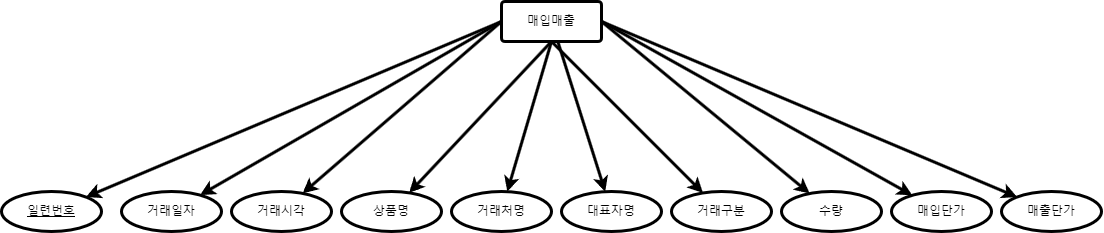
Above: 매입매출/매입매출.drawio.png in chunkyungwoo/Biz-2024-DBMS (draw.io), before the change. Source tidied: cells renumbered, new cells last; positions are measured from the earlier drawing's top-left corner, leaving out a move shared by most shapes. The source it was exported from:
```xml
<mxGraphModel>
  <root>
    <mxCell id="0" />
    <mxCell id="1" parent="0" />
    <mxCell id="2" style="rounded=0;jettySize=auto;html=1;exitX=0;exitY=0.5;exitDx=0;exitDy=0;strokeColor=default;strokeWidth=3;" parent="1" edge="1" source="12" target="13">
      <mxGeometry relative="1" as="geometry" />
    </mxCell>
    <mxCell id="3" style="rounded=0;jettySize=auto;html=1;exitX=0;exitY=0.5;exitDx=0;exitDy=0;strokeColor=default;strokeWidth=3;" parent="1" edge="1" source="12" target="14">
      <mxGeometry relative="1" as="geometry" />
    </mxCell>
    <mxCell id="4" style="rounded=0;jettySize=auto;html=1;exitX=0;exitY=0.5;exitDx=0;exitDy=0;strokeColor=default;strokeWidth=3;" parent="1" edge="1" source="12" target="15">
      <mxGeometry relative="1" as="geometry" />
    </mxCell>
    <mxCell id="5" style="rounded=0;jettySize=auto;html=1;exitX=0.5;exitY=1;exitDx=0;exitDy=0;strokeColor=default;strokeWidth=3;" parent="1" edge="1" source="12" target="16">
      <mxGeometry relative="1" as="geometry" />
    </mxCell>
    <mxCell id="6" style="rounded=0;jettySize=auto;html=1;exitX=0.5;exitY=1;exitDx=0;exitDy=0;strokeColor=default;strokeWidth=3;" parent="1" edge="1" source="12" target="17">
      <mxGeometry relative="1" as="geometry" />
    </mxCell>
    <mxCell id="7" style="rounded=0;jettySize=auto;html=1;strokeColor=default;strokeWidth=3;" parent="1" edge="1" source="12" target="18">
      <mxGeometry relative="1" as="geometry" />
    </mxCell>
    <mxCell id="8" style="rounded=0;jettySize=auto;html=1;exitX=1;exitY=0.5;exitDx=0;exitDy=0;strokeColor=default;strokeWidth=3;" parent="1" edge="1" source="12" target="22">
      <mxGeometry relative="1" as="geometry" />
    </mxCell>
    <mxCell id="9" style="rounded=0;jettySize=auto;html=1;exitX=1;exitY=0.5;exitDx=0;exitDy=0;strokeColor=default;strokeWidth=3;" parent="1" edge="1" source="12" target="21">
      <mxGeometry relative="1" as="geometry" />
    </mxCell>
    <mxCell id="10" style="rounded=0;jettySize=auto;html=1;exitX=1;exitY=0.5;exitDx=0;exitDy=0;strokeColor=default;strokeWidth=3;" parent="1" edge="1" source="12" target="20">
      <mxGeometry relative="1" as="geometry" />
    </mxCell>
    <mxCell id="11" style="rounded=0;jettySize=auto;html=1;exitX=0.5;exitY=1;exitDx=0;exitDy=0;strokeColor=default;strokeWidth=3;" parent="1" edge="1" source="12" target="19">
      <mxGeometry relative="1" as="geometry" />
    </mxCell>
    <mxCell id="12" value="매입매출" style="rounded=1;arcSize=9;whiteSpace=wrap;html=1;align=center;strokeColor=default;strokeWidth=3;" parent="1" vertex="1">
      <mxGeometry x="500" width="100" height="40" as="geometry" />
    </mxCell>
    <mxCell id="13" value="일련번호" style="ellipse;whiteSpace=wrap;html=1;align=center;fontStyle=4;strokeColor=default;strokeWidth=3;" parent="1" vertex="1">
      <mxGeometry y="190" width="100" height="40" as="geometry" />
    </mxCell>
    <mxCell id="14" value="거래일자" style="ellipse;whiteSpace=wrap;html=1;align=center;strokeColor=default;strokeWidth=3;" parent="1" vertex="1">
      <mxGeometry x="120" y="190" width="100" height="40" as="geometry" />
    </mxCell>
    <mxCell id="15" value="거래시각" style="ellipse;whiteSpace=wrap;html=1;align=center;strokeColor=default;strokeWidth=3;" parent="1" vertex="1">
      <mxGeometry x="230" y="190" width="100" height="40" as="geometry" />
    </mxCell>
    <mxCell id="16" value="상품명" style="ellipse;whiteSpace=wrap;html=1;align=center;strokeColor=default;strokeWidth=3;" parent="1" vertex="1">
      <mxGeometry x="340" y="190" width="100" height="40" as="geometry" />
    </mxCell>
    <mxCell id="17" value="거래처명" style="ellipse;whiteSpace=wrap;html=1;align=center;strokeColor=default;strokeWidth=3;" parent="1" vertex="1">
      <mxGeometry x="450" y="190" width="100" height="40" as="geometry" />
    </mxCell>
    <mxCell id="18" value="대표자명" style="ellipse;whiteSpace=wrap;html=1;align=center;strokeColor=default;strokeWidth=3;" parent="1" vertex="1">
      <mxGeometry x="560" y="190" width="100" height="40" as="geometry" />
    </mxCell>
    <mxCell id="19" value="거래구분" style="ellipse;whiteSpace=wrap;html=1;align=center;strokeColor=default;strokeWidth=3;" parent="1" vertex="1">
      <mxGeometry x="670" y="190" width="100" height="40" as="geometry" />
    </mxCell>
    <mxCell id="20" value="수량" style="ellipse;whiteSpace=wrap;html=1;align=center;strokeColor=default;strokeWidth=3;" parent="1" vertex="1">
      <mxGeometry x="780" y="190" width="100" height="40" as="geometry" />
    </mxCell>
    <mxCell id="21" value="매입단가" style="ellipse;whiteSpace=wrap;html=1;align=center;strokeColor=default;strokeWidth=3;" parent="1" vertex="1">
      <mxGeometry x="890" y="190" width="100" height="40" as="geometry" />
    </mxCell>
    <mxCell id="22" value="매출단가" style="ellipse;whiteSpace=wrap;html=1;align=center;strokeColor=default;strokeWidth=3;" parent="1" vertex="1">
      <mxGeometry x="1000" y="190" width="100" height="40" as="geometry" />
    </mxCell>
  </root>
</mxGraphModel>
```
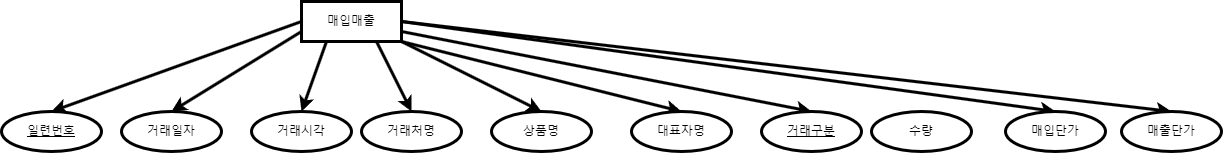
After the change.

Diff of the diagram source:
```diff
@@ -2,68 +2,65 @@
   <root>
     <mxCell id="0" />
     <mxCell id="1" parent="0" />
-    <mxCell id="2" style="rounded=0;jettySize=auto;html=1;exitX=0;exitY=0.5;exitDx=0;exitDy=0;strokeColor=default;strokeWidth=3;" parent="1" edge="1" source="12" target="13">
+    <mxCell id="2" style="rounded=0;jettySize=auto;html=1;exitX=0;exitY=0.5;exitDx=0;exitDy=0;entryX=0.5;entryY=0;entryDx=0;entryDy=0;strokeWidth=3;" parent="1" edge="1" source="12" target="13">
       <mxGeometry relative="1" as="geometry" />
     </mxCell>
-    <mxCell id="3" style="rounded=0;jettySize=auto;html=1;exitX=0;exitY=0.5;exitDx=0;exitDy=0;strokeColor=default;strokeWidth=3;" parent="1" edge="1" source="12" target="14">
+    <mxCell id="3" style="rounded=0;jettySize=auto;html=1;exitX=0;exitY=0.75;exitDx=0;exitDy=0;entryX=0.5;entryY=0;entryDx=0;entryDy=0;strokeWidth=3;" parent="1" edge="1" source="12" target="14">
       <mxGeometry relative="1" as="geometry" />
     </mxCell>
-    <mxCell id="4" style="rounded=0;jettySize=auto;html=1;exitX=0;exitY=0.5;exitDx=0;exitDy=0;strokeColor=default;strokeWidth=3;" parent="1" edge="1" source="12" target="15">
+    <mxCell id="4" style="rounded=0;jettySize=auto;html=1;exitX=0.25;exitY=1;exitDx=0;exitDy=0;entryX=0.5;entryY=0;entryDx=0;entryDy=0;strokeWidth=3;" parent="1" edge="1" source="12" target="15">
       <mxGeometry relative="1" as="geometry" />
     </mxCell>
+    <mxCell id="6" style="rounded=0;jettySize=auto;html=1;exitX=0.75;exitY=1;exitDx=0;exitDy=0;entryX=0.5;entryY=0;entryDx=0;entryDy=0;strokeWidth=3;" parent="1" edge="1" source="12" target="17">
+      <mxGeometry relative="1" as="geometry" />
+    </mxCell>
-    <mxCell id="5" style="rounded=0;jettySize=auto;html=1;exitX=0.5;exitY=1;exitDx=0;exitDy=0;strokeColor=default;strokeWidth=3;" parent="1" edge="1" source="12" target="16">
+    <mxCell id="5" style="rounded=0;jettySize=auto;html=1;exitX=1;exitY=1;exitDx=0;exitDy=0;entryX=0.5;entryY=0;entryDx=0;entryDy=0;strokeWidth=3;" parent="1" edge="1" source="12" target="16">
       <mxGeometry relative="1" as="geometry" />
     </mxCell>
-    <mxCell id="6" style="rounded=0;jettySize=auto;html=1;exitX=0.5;exitY=1;exitDx=0;exitDy=0;strokeColor=default;strokeWidth=3;" parent="1" edge="1" source="12" target="17">
-      <mxGeometry relative="1" as="geometry" />
-    </mxCell>
-    <mxCell id="7" style="rounded=0;jettySize=auto;html=1;strokeColor=default;strokeWidth=3;" parent="1" edge="1" source="12" target="18">
+    <mxCell id="7" style="rounded=0;jettySize=auto;html=1;exitX=1;exitY=1;exitDx=0;exitDy=0;entryX=0.5;entryY=0;entryDx=0;entryDy=0;strokeWidth=3;" parent="1" edge="1" source="12" target="18">
       <mxGeometry relative="1" as="geometry" />
     </mxCell>
+    <mxCell id="11" style="rounded=0;jettySize=auto;html=1;exitX=1;exitY=0.75;exitDx=0;exitDy=0;entryX=0.5;entryY=0;entryDx=0;entryDy=0;strokeWidth=3;" parent="1" edge="1" source="12" target="19">
+      <mxGeometry relative="1" as="geometry" />
+    </mxCell>
+    <mxCell id="9" style="rounded=0;jettySize=auto;html=1;exitX=1;exitY=0.5;exitDx=0;exitDy=0;entryX=0.5;entryY=0;entryDx=0;entryDy=0;strokeWidth=3;" parent="1" edge="1" source="12" target="21">
+      <mxGeometry relative="1" as="geometry" />
+    </mxCell>
-    <mxCell id="8" style="rounded=0;jettySize=auto;html=1;exitX=1;exitY=0.5;exitDx=0;exitDy=0;strokeColor=default;strokeWidth=3;" parent="1" edge="1" source="12" target="22">
+    <mxCell id="8" style="rounded=0;jettySize=auto;html=1;exitX=1;exitY=0.5;exitDx=0;exitDy=0;entryX=0.5;entryY=0;entryDx=0;entryDy=0;strokeWidth=3;" parent="1" edge="1" source="12" target="22">
       <mxGeometry relative="1" as="geometry" />
     </mxCell>
-    <mxCell id="9" style="rounded=0;jettySize=auto;html=1;exitX=1;exitY=0.5;exitDx=0;exitDy=0;strokeColor=default;strokeWidth=3;" parent="1" edge="1" source="12" target="21">
-      <mxGeometry relative="1" as="geometry" />
-    </mxCell>
-    <mxCell id="10" style="rounded=0;jettySize=auto;html=1;exitX=1;exitY=0.5;exitDx=0;exitDy=0;strokeColor=default;strokeWidth=3;" parent="1" edge="1" source="12" target="20">
-      <mxGeometry relative="1" as="geometry" />
-    </mxCell>
-    <mxCell id="11" style="rounded=0;jettySize=auto;html=1;exitX=0.5;exitY=1;exitDx=0;exitDy=0;strokeColor=default;strokeWidth=3;" parent="1" edge="1" source="12" target="19">
-      <mxGeometry relative="1" as="geometry" />
-    </mxCell>
-    <mxCell id="12" value="매입매출" style="rounded=1;arcSize=9;whiteSpace=wrap;html=1;align=center;strokeColor=default;strokeWidth=3;" parent="1" vertex="1">
-      <mxGeometry x="500" width="100" height="40" as="geometry" />
+    <mxCell id="12" value="매입매출" style="whiteSpace=wrap;html=1;align=center;strokeWidth=3;" parent="1" vertex="1">
+      <mxGeometry x="210" y="-10" width="100" height="40" as="geometry" />
     </mxCell>
-    <mxCell id="13" value="일련번호" style="ellipse;whiteSpace=wrap;html=1;align=center;fontStyle=4;strokeColor=default;strokeWidth=3;" parent="1" vertex="1">
-      <mxGeometry y="190" width="100" height="40" as="geometry" />
+    <mxCell id="13" value="일련번호&lt;br&gt;" style="ellipse;whiteSpace=wrap;html=1;align=center;fontStyle=4;strokeWidth=3;" parent="1" vertex="1">
+      <mxGeometry x="-90" y="100" width="100" height="40" as="geometry" />
     </mxCell>
-    <mxCell id="14" value="거래일자" style="ellipse;whiteSpace=wrap;html=1;align=center;strokeColor=default;strokeWidth=3;" parent="1" vertex="1">
-      <mxGeometry x="120" y="190" width="100" height="40" as="geometry" />
+    <mxCell id="14" value="거래일자&lt;br&gt;" style="ellipse;whiteSpace=wrap;html=1;align=center;strokeWidth=3;" parent="1" vertex="1">
+      <mxGeometry x="30" y="100" width="100" height="40" as="geometry" />
     </mxCell>
+    <mxCell id="19" value="거래구분" style="ellipse;whiteSpace=wrap;html=1;align=center;fontStyle=4;strokeWidth=3;" parent="1" vertex="1">
+      <mxGeometry x="670" y="100" width="100" height="40" as="geometry" />
+    </mxCell>
-    <mxCell id="15" value="거래시각" style="ellipse;whiteSpace=wrap;html=1;align=center;strokeColor=default;strokeWidth=3;" parent="1" vertex="1">
-      <mxGeometry x="230" y="190" width="100" height="40" as="geometry" />
+    <mxCell id="15" value="거래시각" style="ellipse;whiteSpace=wrap;html=1;align=center;strokeWidth=3;" parent="1" vertex="1">
+      <mxGeometry x="160" y="100" width="100" height="40" as="geometry" />
     </mxCell>
-    <mxCell id="16" value="상품명" style="ellipse;whiteSpace=wrap;html=1;align=center;strokeColor=default;strokeWidth=3;" parent="1" vertex="1">
-      <mxGeometry x="340" y="190" width="100" height="40" as="geometry" />
+    <mxCell id="16" value="상품명" style="ellipse;whiteSpace=wrap;html=1;align=center;strokeWidth=3;" parent="1" vertex="1">
+      <mxGeometry x="400" y="100" width="100" height="40" as="geometry" />
     </mxCell>
-    <mxCell id="17" value="거래처명" style="ellipse;whiteSpace=wrap;html=1;align=center;strokeColor=default;strokeWidth=3;" parent="1" vertex="1">
-      <mxGeometry x="450" y="190" width="100" height="40" as="geometry" />
+    <mxCell id="17" value="거래처명&lt;br&gt;" style="ellipse;whiteSpace=wrap;html=1;align=center;strokeWidth=3;" parent="1" vertex="1">
+      <mxGeometry x="270" y="100" width="100" height="40" as="geometry" />
     </mxCell>
-    <mxCell id="18" value="대표자명" style="ellipse;whiteSpace=wrap;html=1;align=center;strokeColor=default;strokeWidth=3;" parent="1" vertex="1">
-      <mxGeometry x="560" y="190" width="100" height="40" as="geometry" />
+    <mxCell id="18" value="대표자명" style="ellipse;whiteSpace=wrap;html=1;align=center;strokeWidth=3;" parent="1" vertex="1">
+      <mxGeometry x="540" y="100" width="100" height="40" as="geometry" />
     </mxCell>
-    <mxCell id="19" value="거래구분" style="ellipse;whiteSpace=wrap;html=1;align=center;strokeColor=default;strokeWidth=3;" parent="1" vertex="1">
-      <mxGeometry x="670" y="190" width="100" height="40" as="geometry" />
-    </mxCell>
-    <mxCell id="20" value="수량" style="ellipse;whiteSpace=wrap;html=1;align=center;strokeColor=default;strokeWidth=3;" parent="1" vertex="1">
-      <mxGeometry x="780" y="190" width="100" height="40" as="geometry" />
+    <mxCell id="20" value="수량" style="ellipse;whiteSpace=wrap;html=1;align=center;strokeWidth=3;" parent="1" vertex="1">
+      <mxGeometry x="780" y="100" width="100" height="40" as="geometry" />
     </mxCell>
-    <mxCell id="21" value="매입단가" style="ellipse;whiteSpace=wrap;html=1;align=center;strokeColor=default;strokeWidth=3;" parent="1" vertex="1">
-      <mxGeometry x="890" y="190" width="100" height="40" as="geometry" />
+    <mxCell id="21" value="매입단가" style="ellipse;whiteSpace=wrap;html=1;align=center;strokeWidth=3;" parent="1" vertex="1">
+      <mxGeometry x="914" y="100" width="100" height="40" as="geometry" />
     </mxCell>
-    <mxCell id="22" value="매출단가" style="ellipse;whiteSpace=wrap;html=1;align=center;strokeColor=default;strokeWidth=3;" parent="1" vertex="1">
-      <mxGeometry x="1000" y="190" width="100" height="40" as="geometry" />
+    <mxCell id="22" value="매출단가&lt;br&gt;" style="ellipse;whiteSpace=wrap;html=1;align=center;strokeWidth=3;" parent="1" vertex="1">
+      <mxGeometry x="1030" y="100" width="100" height="40" as="geometry" />
     </mxCell>
   </root>
 </mxGraphModel>
```
